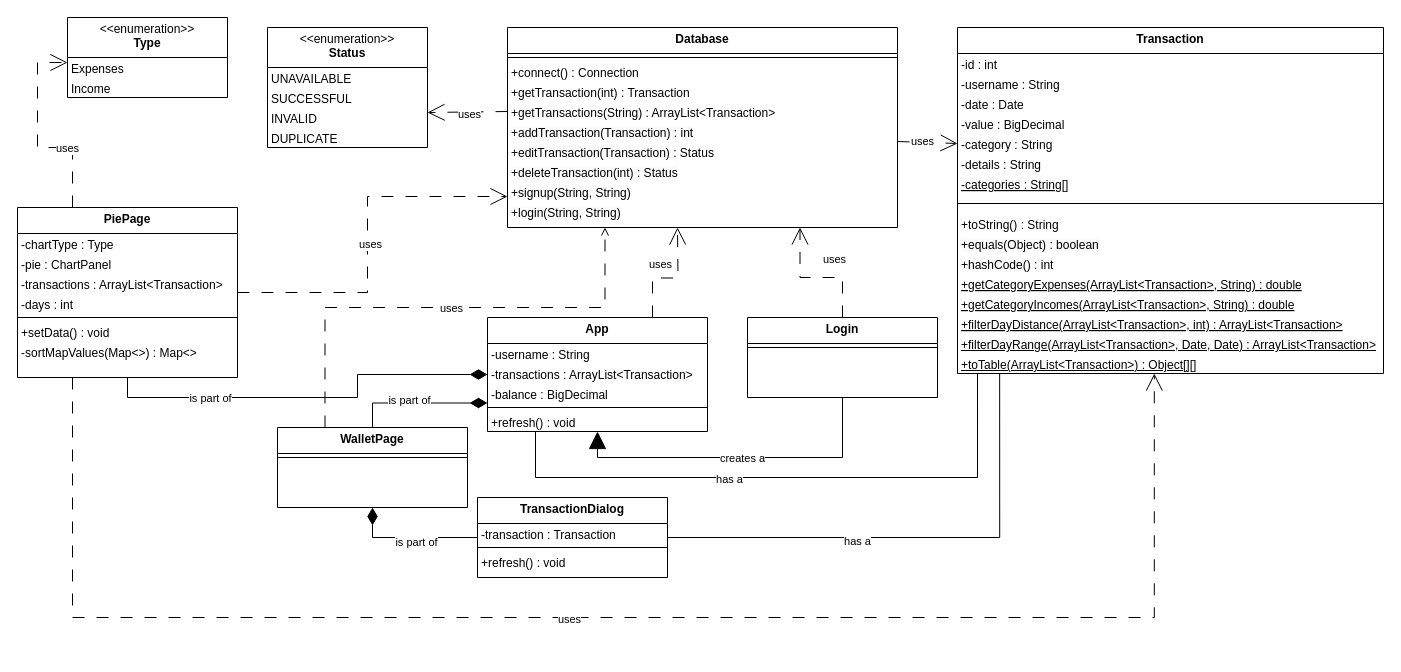
This is uml.drawio from danyul-h/prophet, a draw.io file, before an edit. Source tidied: cells renumbered, new cells numbered last; positions are measured from the earlier drawing's top-left corner, leaving out a move shared by most shapes. Both pictures are drawn from the tidied source at 100%, with x=0, y=0 at pixel (17, 17).
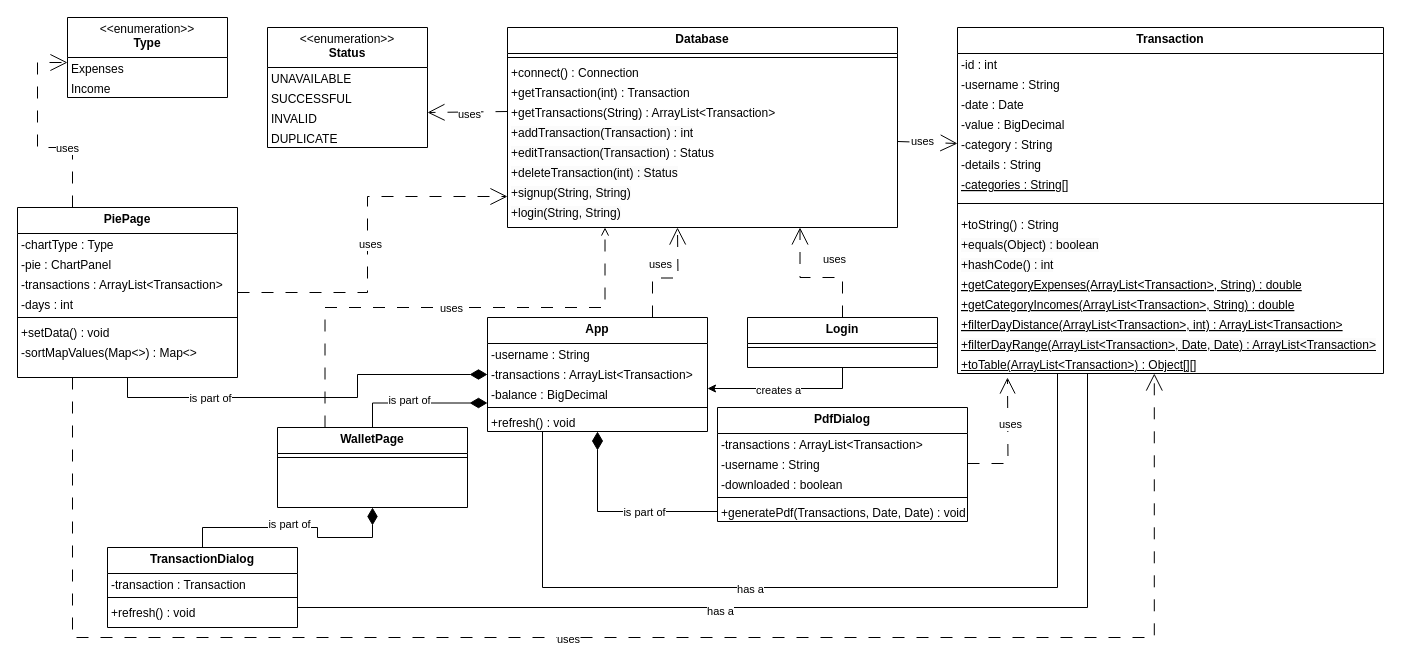
The same page after the edit.

Unchanged cells that the change refers to:
```xml
<mxCell id="28" value="&lt;u&gt;+toTable(ArrayList&amp;lt;Transaction&amp;gt;) : Object[][]&lt;/u&gt;" style="text;whiteSpace=wrap;html=1;spacingLeft=4;spacingRight=4;spacing=0;" parent="12" vertex="1">
  <mxGeometry y="326" width="426" height="20" as="geometry" />
</mxCell>
<mxCell id="42" value="App" style="swimlane;fontStyle=1;align=center;verticalAlign=top;horizontal=1;startSize=26;rounded=0;shadow=0;strokeWidth=1;spacing=0;" parent="1" vertex="1">
  <mxGeometry x="470" y="300" width="220" height="114" as="geometry" />
</mxCell>
<mxCell id="45" value="&lt;span style=&quot;text-wrap-mode: nowrap;&quot;&gt;-balance : BigDecimal&lt;/span&gt;" style="text;whiteSpace=wrap;html=1;spacingLeft=4;spacingRight=4;spacing=0;" parent="42" vertex="1">
  <mxGeometry y="66" width="220" height="20" as="geometry" />
</mxCell>
<mxCell id="47" value="&lt;span style=&quot;text-wrap-mode: nowrap;&quot;&gt;+refresh() : void&lt;/span&gt;" style="text;whiteSpace=wrap;html=1;spacingLeft=4;spacingRight=4;spacing=0;" parent="42" vertex="1">
  <mxGeometry y="94" width="220" height="20" as="geometry" />
</mxCell>
<mxCell id="67" value="&lt;span style=&quot;text-wrap-mode: nowrap;&quot;&gt;-sortMapValues(Map&amp;lt;&amp;gt;) : Map&amp;lt;&amp;gt;&lt;/span&gt;" style="text;whiteSpace=wrap;html=1;spacingLeft=4;spacingRight=4;spacing=0;" parent="60" vertex="1">
  <mxGeometry y="134" width="220" height="36" as="geometry" />
</mxCell>
```

The edit, as a diff of the source:
```diff
@@
-    <mxCell id="36" style="edgeStyle=orthogonalEdgeStyle;rounded=0;jettySize=auto;html=1;exitX=0.5;exitY=1;exitDx=0;exitDy=0;entryX=0.5;entryY=1;entryDx=0;entryDy=0;endSize=15;endArrow=block;endFill=1;" parent="1" edge="1" source="38" target="42">
-      <mxGeometry relative="1" as="geometry">
-        <Array as="points">
-          <mxPoint x="825" y="440" />
-          <mxPoint x="580" y="440" />
-        </Array>
-      </mxGeometry>
-    </mxCell>
+    <mxCell id="87" style="edgeStyle=orthogonalEdgeStyle;rounded=0;jettySize=auto;html=1;exitX=0.5;exitY=1;exitDx=0;exitDy=0;entryX=1;entryY=0.25;entryDx=0;entryDy=0;" parent="1" edge="1" source="38" target="45">
+      <mxGeometry relative="1" as="geometry" />
+    </mxCell>
-    <mxCell id="37" value="creates a" style="edgeLabel;html=1;align=center;verticalAlign=middle;" parent="36" vertex="1">
-      <mxGeometry x="-0.14" relative="1" as="geometry">
-        <mxPoint x="-19" as="offset" />
-      </mxGeometry>
+    <mxCell id="37" value="creates a" style="edgeLabel;html=1;align=center;verticalAlign=middle;" parent="87" vertex="1">
+      <mxGeometry x="0.1" y="1" relative="1" as="geometry" />
     </mxCell>
     <mxCell id="38" value="Login" style="swimlane;fontStyle=1;align=center;verticalAlign=top;horizontal=1;startSize=26;rounded=0;shadow=0;strokeWidth=1;spacing=0;" parent="1" vertex="1">
-      <mxGeometry x="730" y="300" width="190" height="80" as="geometry" />
+      <mxGeometry x="730" y="300" width="190" height="50" as="geometry" />
     </mxCell>
@@
     <mxCell id="70" value="TransactionDialog" style="swimlane;fontStyle=1;align=center;verticalAlign=top;horizontal=1;startSize=26;rounded=0;shadow=0;strokeWidth=1;spacing=0;" parent="1" vertex="1">
-      <mxGeometry x="460" y="480" width="190" height="80" as="geometry" />
+      <mxGeometry x="90" y="530" width="190" height="80" as="geometry" />
     </mxCell>
@@
     <mxCell id="74" style="edgeStyle=orthogonalEdgeStyle;rounded=0;jettySize=auto;html=1;entryX=0.099;entryY=1;entryDx=0;entryDy=0;entryPerimeter=0;endSize=15;endArrow=none;endFill=0;" parent="1" edge="1" source="70" target="28">
-      <mxGeometry relative="1" as="geometry" />
+      <mxGeometry relative="1" as="geometry">
+        <Array as="points">
+          <mxPoint x="1070" y="590" />
+          <mxPoint x="1070" y="356" />
+        </Array>
+      </mxGeometry>
     </mxCell>
@@
-    <mxCell id="80" style="edgeStyle=orthogonalEdgeStyle;rounded=0;jettySize=auto;html=1;exitX=0.25;exitY=1;exitDx=0;exitDy=0;entryX=0.047;entryY=1;entryDx=0;entryDy=0;entryPerimeter=0;endArrow=none;endFill=0;" parent="1" edge="1" source="47" target="28">
+    <mxCell id="80" style="edgeStyle=orthogonalEdgeStyle;rounded=0;jettySize=auto;html=1;exitX=0.25;exitY=1;exitDx=0;exitDy=0;endArrow=none;endFill=0;" parent="1" edge="1" source="47" target="28">
       <mxGeometry relative="1" as="geometry">
         <Array as="points">
-          <mxPoint x="518" y="414" />
-          <mxPoint x="518" y="460" />
-          <mxPoint x="960" y="460" />
+          <mxPoint x="525" y="570" />
+          <mxPoint x="1040" y="570" />
         </Array>
       </mxGeometry>
     </mxCell>
@@
     <mxCell id="85" style="edgeStyle=orthogonalEdgeStyle;rounded=0;jettySize=auto;html=1;exitX=0.25;exitY=1;exitDx=0;exitDy=0;entryX=0.462;entryY=1;entryDx=0;entryDy=0;entryPerimeter=0;dashed=1;dashPattern=12 12;endArrow=open;endFill=0;endSize=15;" parent="1" edge="1" source="67" target="28">
       <mxGeometry relative="1" as="geometry">
         <Array as="points">
-          <mxPoint x="55" y="600" />
-          <mxPoint x="1137" y="600" />
+          <mxPoint x="55" y="620" />
+          <mxPoint x="1137" y="620" />
         </Array>
       </mxGeometry>
     </mxCell>
@@
+    <mxCell id="88" value="PdfDialog" style="swimlane;fontStyle=1;align=center;verticalAlign=top;horizontal=1;startSize=26;rounded=0;shadow=0;strokeWidth=1;spacing=0;" parent="1" vertex="1">
+      <mxGeometry x="700" y="390" width="250" height="114" as="geometry" />
+    </mxCell>
+    <mxCell id="89" value="&lt;span style=&quot;text-wrap-mode: nowrap;&quot;&gt;-transactions : ArrayList&amp;lt;Transaction&amp;gt;&lt;/span&gt;" style="text;whiteSpace=wrap;html=1;spacingLeft=4;spacingRight=4;spacing=0;" parent="88" vertex="1">
+      <mxGeometry y="26" width="250" height="20" as="geometry" />
+    </mxCell>
+    <mxCell id="90" style="edgeStyle=orthogonalEdgeStyle;rounded=0;jettySize=auto;html=1;exitX=1;exitY=0.5;exitDx=0;exitDy=0;dashed=1;dashPattern=12 12;endArrow=open;endFill=0;endSize=14;" parent="88" edge="1" source="92">
+      <mxGeometry relative="1" as="geometry">
+        <mxPoint x="290" y="-30" as="targetPoint" />
+      </mxGeometry>
+    </mxCell>
+    <mxCell id="91" value="uses" style="edgeLabel;html=1;align=center;verticalAlign=middle;" parent="90" vertex="1">
+      <mxGeometry x="0.26" y="-2" relative="1" as="geometry" />
+    </mxCell>
+    <mxCell id="92" value="&lt;span style=&quot;text-wrap-mode: nowrap;&quot;&gt;-username : String&lt;/span&gt;" style="text;whiteSpace=wrap;html=1;spacingLeft=4;spacingRight=4;spacing=0;" parent="88" vertex="1">
+      <mxGeometry y="46" width="250" height="20" as="geometry" />
+    </mxCell>
+    <mxCell id="93" value="&lt;span style=&quot;text-wrap-mode: nowrap;&quot;&gt;-downloaded : boolean&lt;/span&gt;" style="text;whiteSpace=wrap;html=1;spacingLeft=4;spacingRight=4;spacing=0;" parent="88" vertex="1">
+      <mxGeometry y="66" width="250" height="20" as="geometry" />
+    </mxCell>
+    <mxCell id="94" style="line;html=1;strokeWidth=1;align=left;verticalAlign=middle;spacingTop=-1;spacingLeft=3;spacingRight=3;labelPosition=right;spacing=0;" parent="88" vertex="1">
+      <mxGeometry y="86" width="250" height="8" as="geometry" />
+    </mxCell>
+    <mxCell id="95" value="&lt;span style=&quot;text-wrap-mode: nowrap;&quot;&gt;+generatePdf(Transactions, Date, Date) : void&lt;/span&gt;" style="text;whiteSpace=wrap;html=1;spacingLeft=4;spacingRight=4;spacing=0;" parent="88" vertex="1">
+      <mxGeometry y="94" width="250" height="20" as="geometry" />
+    </mxCell>
+    <mxCell id="96" style="edgeStyle=orthogonalEdgeStyle;rounded=0;jettySize=auto;html=1;exitX=0;exitY=0.5;exitDx=0;exitDy=0;entryX=0.5;entryY=1;entryDx=0;entryDy=0;endArrow=diamondThin;endFill=1;strokeWidth=1;endSize=16;" parent="1" edge="1" source="95" target="47">
+      <mxGeometry relative="1" as="geometry" />
+    </mxCell>
+    <mxCell id="97" value="is part of" style="edgeLabel;html=1;align=center;verticalAlign=middle;" parent="96" vertex="1">
+      <mxGeometry x="-0.26" relative="1" as="geometry" />
+    </mxCell>
```
